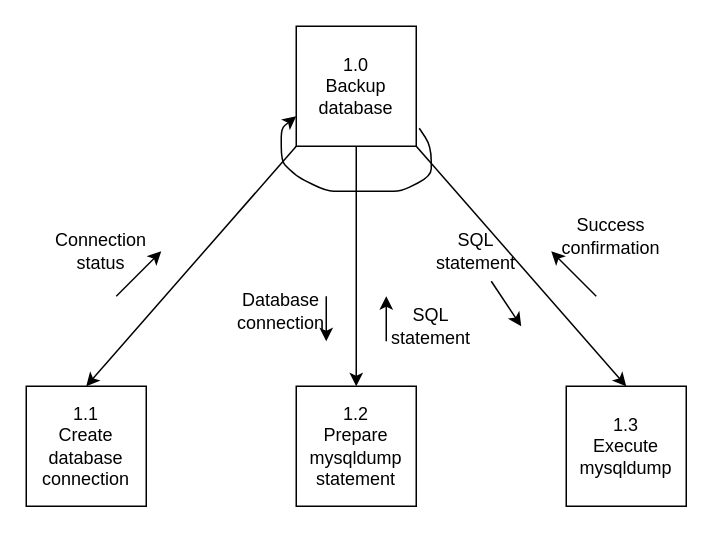
The draw.io diagram Diagrams/StructureCharts/backupStructDiag.drawio in Harlento/SchedulingSystem, before the edit. Source tidied: cells renumbered, new cells numbered last; positions are measured from the earlier drawing's top-left corner, leaving out a move shared by most shapes. Both pictures are drawn from the tidied source at 150%, with x=0, y=0 at pixel (26, 26).
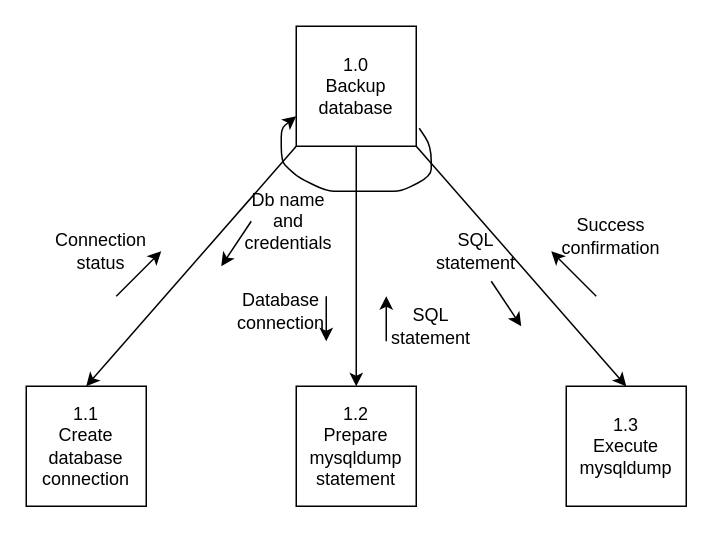
The same diagram, later.

The edit, as a diff of the source:
```diff
@@
+    <mxCell id="20" style="endArrow=classic;html=1;" parent="1" edge="1">
+      <mxGeometry relative="1" as="geometry">
+        <mxPoint x="150" y="130" as="sourcePoint" />
+        <mxPoint x="130" y="160" as="targetPoint" />
+      </mxGeometry>
+    </mxCell>
+    <mxCell id="21" value="Db name and credentials" style="text;html=1;strokeColor=none;fillColor=none;align=center;verticalAlign=middle;whiteSpace=wrap;rounded=0;" parent="1" vertex="1">
+      <mxGeometry x="150" y="120" width="50" height="20" as="geometry" />
+    </mxCell>
```
